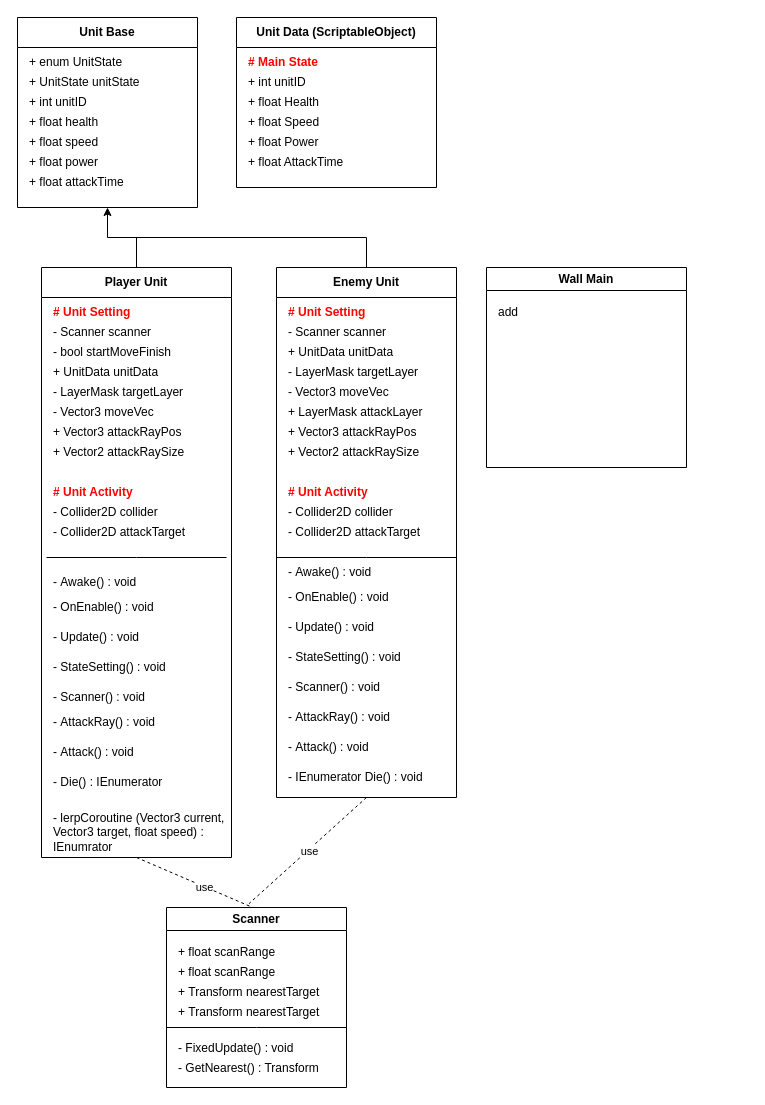
Before: page "Battle" (2 of 3) of Project_CSD.drawio in YJU-Capstone-Design/Capstone-Design, a draw.io diagram. Source tidied: cells renumbered, new cells numbered last; positions are measured from the earlier drawing's top-left corner, leaving out a move shared by most shapes. Both pictures are drawn from the tidied source at 100%, with x=0, y=0 at pixel (17, 17).
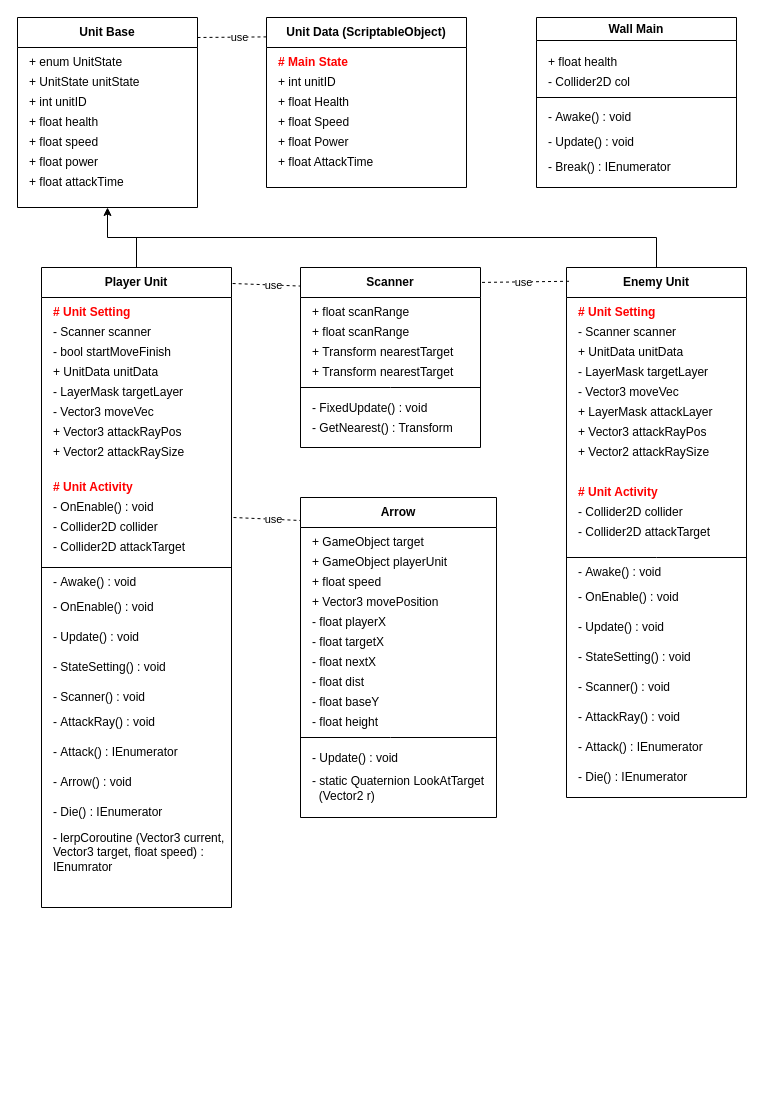
Above is the later version.

Diff of the diagram source:
```diff
@@
     <mxCell id="10" value="Player Unit" style="swimlane;whiteSpace=wrap;html=1;startSize=30;" parent="1" vertex="1">
-      <mxGeometry x="24" y="250" width="190" height="590" as="geometry" />
+      <mxGeometry x="24" y="250" width="190" height="640" as="geometry" />
     </mxCell>
@@
     <mxCell id="18" value="-&amp;nbsp;Collider2D collider" style="text;html=1;align=left;verticalAlign=middle;whiteSpace=wrap;rounded=0;" parent="10" vertex="1">
-      <mxGeometry x="10" y="230" width="150" height="30" as="geometry" />
+      <mxGeometry x="10" y="250" width="150" height="20" as="geometry" />
     </mxCell>
     <mxCell id="19" value="-&amp;nbsp;Collider2D attackTarget" style="text;html=1;align=left;verticalAlign=middle;whiteSpace=wrap;rounded=0;" parent="10" vertex="1">
-      <mxGeometry x="10" y="250" width="150" height="30" as="geometry" />
+      <mxGeometry x="10" y="270" width="150" height="20" as="geometry" />
     </mxCell>
@@
     <mxCell id="21" value="# Unit Activity" style="text;html=1;align=left;verticalAlign=middle;whiteSpace=wrap;rounded=0;fontStyle=1;fontColor=#FF0000;" parent="10" vertex="1">
-      <mxGeometry x="10" y="210" width="120" height="30" as="geometry" />
+      <mxGeometry x="10" y="210" width="120" height="20" as="geometry" />
     </mxCell>
     <mxCell id="22" value="- Die()&amp;nbsp;: IEnumerator" style="text;html=1;align=left;verticalAlign=middle;whiteSpace=wrap;rounded=0;" parent="10" vertex="1">
-      <mxGeometry x="10" y="500" width="150" height="30" as="geometry" />
+      <mxGeometry x="10" y="530" width="150" height="30" as="geometry" />
     </mxCell>
     <mxCell id="23" value="- lerpCoroutine (Vector3 current, Vector3 target, float speed) : IEnumrator" style="text;html=1;align=left;verticalAlign=middle;whiteSpace=wrap;rounded=0;" parent="10" vertex="1">
-      <mxGeometry x="10" y="540" width="180" height="50" as="geometry" />
+      <mxGeometry x="10" y="560" width="180" height="50" as="geometry" />
     </mxCell>
@@
-    <mxCell id="30" value="-&amp;nbsp;Attack()&amp;nbsp;: void" style="text;html=1;align=left;verticalAlign=middle;whiteSpace=wrap;rounded=0;" parent="10" vertex="1">
+    <mxCell id="30" value="-&amp;nbsp;Attack()&amp;nbsp;: IEnumerator" style="text;html=1;align=left;verticalAlign=middle;whiteSpace=wrap;rounded=0;" parent="10" vertex="1">
       <mxGeometry x="10" y="470" width="150" height="30" as="geometry" />
     </mxCell>
-    <mxCell id="31" style="endArrow=none;html=1;rounded=0;" parent="1" edge="1">
-      <mxGeometry relative="1" as="geometry">
-        <mxPoint x="29" y="540" as="sourcePoint" />
-        <mxPoint x="209" y="540" as="targetPoint" />
-        <Array as="points">
-          <mxPoint x="119" y="540" />
-        </Array>
-      </mxGeometry>
-    </mxCell>
+    <mxCell id="76" value="-&amp;nbsp;Arrow()&amp;nbsp;: void" style="text;html=1;align=left;verticalAlign=middle;whiteSpace=wrap;rounded=0;" parent="10" vertex="1">
+      <mxGeometry x="10" y="500" width="150" height="30" as="geometry" />
+    </mxCell>
+    <mxCell id="77" value="-&amp;nbsp;OnEnable() : void" style="text;html=1;align=left;verticalAlign=middle;whiteSpace=wrap;rounded=0;" parent="10" vertex="1">
+      <mxGeometry x="10" y="230" width="150" height="20" as="geometry" />
+    </mxCell>
+    <mxCell id="78" style="endArrow=none;html=1;rounded=0;" parent="10" edge="1">
+      <mxGeometry relative="1" as="geometry">
+        <mxPoint y="300" as="sourcePoint" />
+        <mxPoint x="190" y="300" as="targetPoint" />
+      </mxGeometry>
+    </mxCell>
@@
     <mxCell id="33" value="Enemy Unit" style="swimlane;whiteSpace=wrap;html=1;startSize=30;" parent="1" vertex="1">
-      <mxGeometry x="259" y="250" width="180" height="530" as="geometry" />
+      <mxGeometry x="549" y="250" width="180" height="530" as="geometry" />
     </mxCell>
@@
-    <mxCell id="52" value="-&amp;nbsp;Attack()&amp;nbsp;: void" style="text;html=1;align=left;verticalAlign=middle;whiteSpace=wrap;rounded=0;" parent="33" vertex="1">
+    <mxCell id="52" value="-&amp;nbsp;Attack()&amp;nbsp;: IEnumerator&amp;nbsp;" style="text;html=1;align=left;verticalAlign=middle;whiteSpace=wrap;rounded=0;" parent="33" vertex="1">
       <mxGeometry x="10" y="465" width="150" height="30" as="geometry" />
     </mxCell>
-    <mxCell id="53" value="-&amp;nbsp;IEnumerator Die()&amp;nbsp;: void" style="text;html=1;align=left;verticalAlign=middle;whiteSpace=wrap;rounded=0;" parent="33" vertex="1">
+    <mxCell id="53" value="- Die()&amp;nbsp;: IEnumerator&amp;nbsp;" style="text;html=1;align=left;verticalAlign=middle;whiteSpace=wrap;rounded=0;" parent="33" vertex="1">
       <mxGeometry x="10" y="495" width="150" height="30" as="geometry" />
     </mxCell>
-    <mxCell id="54" style="endArrow=none;dashed=1;html=1;rounded=0;exitX=0.5;exitY=1;exitDx=0;exitDy=0;entryX=0.463;entryY=-0.007;entryDx=0;entryDy=0;entryPerimeter=0;" parent="1" edge="1" source="10" target="58">
+    <mxCell id="54" style="endArrow=none;dashed=1;html=1;rounded=0;exitX=1.006;exitY=0.025;exitDx=0;exitDy=0;exitPerimeter=0;entryX=-0.003;entryY=0.103;entryDx=0;entryDy=0;entryPerimeter=0;" parent="1" edge="1" source="10" target="58">
       <mxGeometry relative="1" as="geometry" />
     </mxCell>
@@
-    <mxCell id="56" style="endArrow=none;dashed=1;html=1;rounded=0;exitX=0.5;exitY=1;exitDx=0;exitDy=0;entryX=0.458;entryY=-0.021;entryDx=0;entryDy=0;entryPerimeter=0;" parent="1" edge="1" source="33" target="58">
+    <mxCell id="56" style="endArrow=none;dashed=1;html=1;rounded=0;exitX=0.014;exitY=0.026;exitDx=0;exitDy=0;entryX=0.997;entryY=0.083;entryDx=0;entryDy=0;exitPerimeter=0;entryPerimeter=0;" parent="1" edge="1" source="33" target="58">
       <mxGeometry relative="1" as="geometry" />
     </mxCell>
@@
-    <mxCell id="58" value="Scanner" style="swimlane;whiteSpace=wrap;html=1;" parent="1" vertex="1">
-      <mxGeometry x="149" y="890" width="180" height="180" as="geometry" />
+    <mxCell id="58" value="Scanner" style="swimlane;whiteSpace=wrap;html=1;startSize=30;" parent="1" vertex="1">
+      <mxGeometry x="283" y="250" width="180" height="180" as="geometry" />
     </mxCell>
@@
     <mxCell id="66" value="Unit Data (ScriptableObject)" style="swimlane;whiteSpace=wrap;html=1;startSize=30;" parent="1" vertex="1">
-      <mxGeometry x="219" width="200" height="170" as="geometry" />
+      <mxGeometry x="249" width="200" height="170" as="geometry" />
     </mxCell>
@@
     <mxCell id="74" value="Wall Main" style="swimlane;whiteSpace=wrap;html=1;" parent="1" vertex="1">
-      <mxGeometry x="469" y="250" width="200" height="200" as="geometry" />
+      <mxGeometry x="519" width="200" height="170" as="geometry" />
     </mxCell>
-    <mxCell id="75" value="add" style="text;html=1;align=left;verticalAlign=middle;whiteSpace=wrap;rounded=0;" parent="74" vertex="1">
-      <mxGeometry x="10" y="30" width="140" height="30" as="geometry" />
-    </mxCell>
+    <mxCell id="79" value="&lt;div&gt;-&amp;nbsp;Collider2D col&lt;/div&gt;" style="text;html=1;align=left;verticalAlign=middle;whiteSpace=wrap;rounded=0;" parent="74" vertex="1">
+      <mxGeometry x="10" y="50" width="140" height="30" as="geometry" />
+    </mxCell>
+    <mxCell id="80" value="+&amp;nbsp;float health" style="text;html=1;align=left;verticalAlign=middle;whiteSpace=wrap;rounded=0;" parent="74" vertex="1">
+      <mxGeometry x="10" y="30" width="160" height="30" as="geometry" />
+    </mxCell>
+    <mxCell id="81" value="-&amp;nbsp;Awake() : void" style="text;html=1;align=left;verticalAlign=middle;whiteSpace=wrap;rounded=0;" parent="74" vertex="1">
+      <mxGeometry x="10" y="85" width="150" height="30" as="geometry" />
+    </mxCell>
+    <mxCell id="82" value="-&amp;nbsp;Update() : void" style="text;html=1;align=left;verticalAlign=middle;whiteSpace=wrap;rounded=0;" parent="74" vertex="1">
+      <mxGeometry x="10" y="115" width="150" height="20" as="geometry" />
+    </mxCell>
+    <mxCell id="83" value="-&amp;nbsp;Break() : IEnumerator" style="text;html=1;align=left;verticalAlign=middle;whiteSpace=wrap;rounded=0;" parent="74" vertex="1">
+      <mxGeometry x="10" y="140" width="150" height="20" as="geometry" />
+    </mxCell>
+    <mxCell id="84" style="endArrow=none;html=1;rounded=0;entryX=1;entryY=0.5;entryDx=0;entryDy=0;exitX=0;exitY=0.5;exitDx=0;exitDy=0;" parent="74" edge="1">
+      <mxGeometry relative="1" as="geometry">
+        <mxPoint y="80" as="sourcePoint" />
+        <mxPoint x="200" y="80" as="targetPoint" />
+      </mxGeometry>
+    </mxCell>
+    <mxCell id="85" value="Arrow" style="swimlane;whiteSpace=wrap;html=1;startSize=30;" parent="1" vertex="1">
+      <mxGeometry x="283" y="480" width="196" height="320" as="geometry" />
+    </mxCell>
+    <mxCell id="86" value="+&amp;nbsp;GameObject target" style="text;html=1;align=left;verticalAlign=middle;whiteSpace=wrap;rounded=0;" parent="85" vertex="1">
+      <mxGeometry x="10" y="30" width="150" height="30" as="geometry" />
+    </mxCell>
+    <mxCell id="87" value="+&amp;nbsp;GameObject playerUnit" style="text;html=1;align=left;verticalAlign=middle;whiteSpace=wrap;rounded=0;" parent="85" vertex="1">
+      <mxGeometry x="10" y="50" width="150" height="30" as="geometry" />
+    </mxCell>
+    <mxCell id="88" value="+&amp;nbsp;float speed&amp;nbsp;" style="text;html=1;align=left;verticalAlign=middle;whiteSpace=wrap;rounded=0;" parent="85" vertex="1">
+      <mxGeometry x="10" y="70" width="150" height="30" as="geometry" />
+    </mxCell>
+    <mxCell id="89" value="+&amp;nbsp;Vector3 movePosition" style="text;html=1;align=left;verticalAlign=middle;whiteSpace=wrap;rounded=0;" parent="85" vertex="1">
+      <mxGeometry x="10" y="90" width="150" height="30" as="geometry" />
+    </mxCell>
+    <mxCell id="90" style="endArrow=none;html=1;rounded=0;" parent="85" edge="1">
+      <mxGeometry relative="1" as="geometry">
+        <mxPoint y="240" as="sourcePoint" />
+        <mxPoint x="196" y="240" as="targetPoint" />
+        <Array as="points">
+          <mxPoint x="90" y="240" />
+        </Array>
+      </mxGeometry>
+    </mxCell>
+    <mxCell id="91" value="-&amp;nbsp;static Quaternion LookAtTarget&amp;nbsp; &amp;nbsp; &amp;nbsp; (Vector2 r)" style="text;html=1;align=left;verticalAlign=middle;whiteSpace=wrap;rounded=0;" parent="85" vertex="1">
+      <mxGeometry x="10" y="290" width="190" as="geometry" />
+    </mxCell>
+    <mxCell id="92" value="- Update() : void" style="text;html=1;align=left;verticalAlign=middle;whiteSpace=wrap;rounded=0;" parent="85" vertex="1">
+      <mxGeometry x="10" y="260" width="150" as="geometry" />
+    </mxCell>
+    <mxCell id="93" value="-&amp;nbsp;float playerX" style="text;html=1;align=left;verticalAlign=middle;whiteSpace=wrap;rounded=0;" parent="85" vertex="1">
+      <mxGeometry x="10" y="110" width="150" height="30" as="geometry" />
+    </mxCell>
+    <mxCell id="94" value="-&amp;nbsp;float targetX" style="text;html=1;align=left;verticalAlign=middle;whiteSpace=wrap;rounded=0;" parent="85" vertex="1">
+      <mxGeometry x="10" y="130" width="150" height="30" as="geometry" />
+    </mxCell>
+    <mxCell id="95" value="-&amp;nbsp;float nextX" style="text;html=1;align=left;verticalAlign=middle;whiteSpace=wrap;rounded=0;" parent="85" vertex="1">
+      <mxGeometry x="10" y="150" width="150" height="30" as="geometry" />
+    </mxCell>
+    <mxCell id="96" value="-&amp;nbsp;float dist" style="text;html=1;align=left;verticalAlign=middle;whiteSpace=wrap;rounded=0;" parent="85" vertex="1">
+      <mxGeometry x="10" y="170" width="150" height="30" as="geometry" />
+    </mxCell>
+    <mxCell id="97" value="- float baseY" style="text;html=1;align=left;verticalAlign=middle;whiteSpace=wrap;rounded=0;" parent="85" vertex="1">
+      <mxGeometry x="10" y="190" width="150" height="30" as="geometry" />
+    </mxCell>
+    <mxCell id="98" value="- float height" style="text;html=1;align=left;verticalAlign=middle;whiteSpace=wrap;rounded=0;" parent="85" vertex="1">
+      <mxGeometry x="10" y="210" width="150" height="30" as="geometry" />
+    </mxCell>
+    <mxCell id="99" style="endArrow=none;dashed=1;html=1;rounded=0;exitX=1.006;exitY=0.025;exitDx=0;exitDy=0;exitPerimeter=0;entryX=-0.003;entryY=0.103;entryDx=0;entryDy=0;entryPerimeter=0;" parent="1" edge="1">
+      <mxGeometry relative="1" as="geometry">
+        <mxPoint x="216" y="500" as="sourcePoint" />
+        <mxPoint x="283" y="503" as="targetPoint" />
+      </mxGeometry>
+    </mxCell>
+    <mxCell id="100" value="use" style="edgeLabel;html=1;align=center;verticalAlign=middle;" parent="99" vertex="1">
+      <mxGeometry x="0.2" relative="1" as="geometry" />
+    </mxCell>
+    <mxCell id="101" style="endArrow=none;dashed=1;html=1;rounded=0;exitX=1.006;exitY=0.025;exitDx=0;exitDy=0;exitPerimeter=0;entryX=0.008;entryY=0.114;entryDx=0;entryDy=0;entryPerimeter=0;" parent="1" edge="1" target="66">
+      <mxGeometry relative="1" as="geometry">
+        <mxPoint x="180" y="20" as="sourcePoint" />
+      </mxGeometry>
+    </mxCell>
+    <mxCell id="102" value="use" style="edgeLabel;html=1;align=center;verticalAlign=middle;" parent="101" vertex="1">
+      <mxGeometry x="0.2" relative="1" as="geometry" />
+    </mxCell>
```
